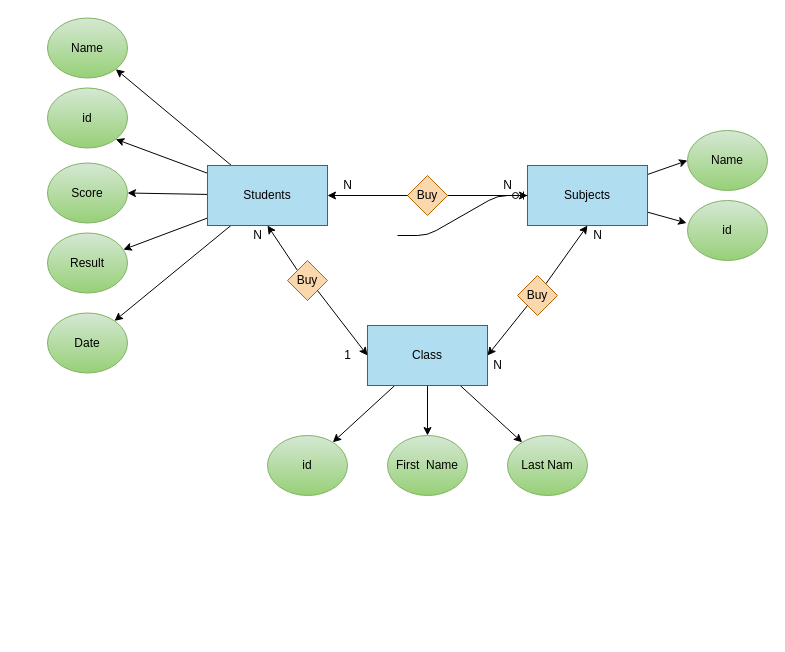
Earlier version of the draw.io diagram PHP/draw.drawio (Hnamsouth/Webpractice.github.io). Source tidied: cells renumbered, new cells numbered last; positions are measured from the earlier drawing's top-left corner, leaving out a move shared by most shapes. Both pictures are drawn from the tidied source at 100%, with x=0, y=0 at pixel (47, 17).
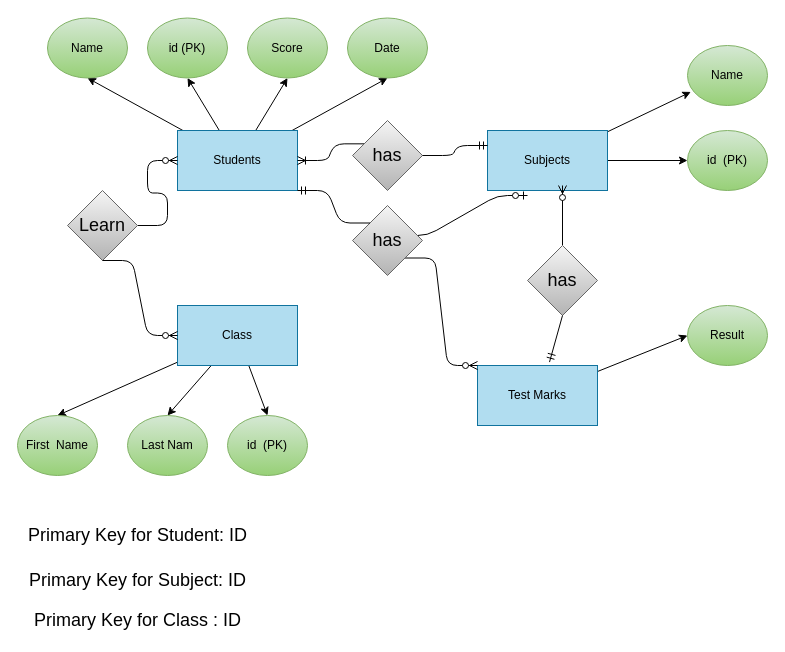
After the change.

Unchanged cells that the change refers to:
```xml
<mxCell id="16" value="&lt;font color=&quot;#030303&quot;&gt;Name&lt;/font&gt;" style="ellipse;whiteSpace=wrap;html=1;strokeWidth=1;fillColor=#d5e8d4;gradientColor=#97d077;strokeColor=#82b366;" parent="1" vertex="1">
  <mxGeometry y="0.5" width="80" height="60" as="geometry" />
</mxCell>
```

The edit, as a diff of the source:
```diff
@@
+    <mxCell id="4" style="edgeStyle=none;html=1;entryX=0.5;entryY=1;entryDx=0;entryDy=0;fontSize=18;fontColor=#000000;strokeColor=#030303;strokeWidth=1;" parent="1" edge="1" source="7" target="16">
+      <mxGeometry relative="1" as="geometry" />
+    </mxCell>
+    <mxCell id="3" style="edgeStyle=none;html=1;entryX=0.5;entryY=1;entryDx=0;entryDy=0;fontSize=18;fontColor=#000000;strokeColor=#030303;strokeWidth=1;" parent="1" edge="1" source="7" target="17">
+      <mxGeometry relative="1" as="geometry" />
+    </mxCell>
-    <mxCell id="2" style="edgeStyle=none;html=1;entryX=1;entryY=0.5;entryDx=0;entryDy=0;fontColor=#000000;strokeColor=#030303;strokeWidth=1;" parent="1" edge="1" source="7" target="23">
+    <mxCell id="2" style="edgeStyle=none;html=1;entryX=0.5;entryY=1;entryDx=0;entryDy=0;fontSize=18;fontColor=#000000;strokeColor=#030303;strokeWidth=1;" parent="1" edge="1" source="7" target="23">
       <mxGeometry relative="1" as="geometry" />
     </mxCell>
-    <mxCell id="3" style="edgeStyle=none;html=1;entryX=1;entryY=1;entryDx=0;entryDy=0;fontColor=#000000;strokeColor=#030303;strokeWidth=1;" parent="1" edge="1" source="7" target="17">
-      <mxGeometry relative="1" as="geometry" />
-    </mxCell>
-    <mxCell id="4" style="edgeStyle=none;html=1;entryX=1;entryY=1;entryDx=0;entryDy=0;fontColor=#000000;strokeColor=#030303;strokeWidth=1;" parent="1" edge="1" source="7" target="16">
-      <mxGeometry relative="1" as="geometry" />
-    </mxCell>
-    <mxCell id="5" style="edgeStyle=none;html=1;fontColor=#000000;strokeColor=#030303;strokeWidth=1;" parent="1" edge="1" source="7" target="39">
-      <mxGeometry relative="1" as="geometry" />
-    </mxCell>
-    <mxCell id="6" style="edgeStyle=none;html=1;fontColor=#000000;strokeColor=#030303;strokeWidth=1;" parent="1" edge="1" source="7" target="40">
+    <mxCell id="6" style="edgeStyle=none;html=1;fontSize=18;fontColor=#000000;strokeColor=#030303;strokeWidth=1;entryX=0.5;entryY=1;entryDx=0;entryDy=0;" parent="1" edge="1" source="7" target="40">
       <mxGeometry relative="1" as="geometry" />
     </mxCell>
     <mxCell id="7" value="Students" style="rounded=0;whiteSpace=wrap;html=1;fillColor=#b1ddf0;strokeColor=#10739e;strokeWidth=1;fontColor=#000000;" parent="1" vertex="1">
-      <mxGeometry x="160" y="148" width="120" height="60" as="geometry" />
+      <mxGeometry x="130" y="113" width="120" height="60" as="geometry" />
     </mxCell>
-    <mxCell id="8" style="edgeStyle=none;html=1;entryX=0;entryY=0.5;entryDx=0;entryDy=0;fontColor=#000000;strokeColor=#030303;strokeWidth=1;" parent="1" edge="1" source="10" target="21">
+    <mxCell id="8" style="edgeStyle=none;html=1;entryX=0.041;entryY=0.774;entryDx=0;entryDy=0;entryPerimeter=0;fontSize=18;fontColor=#030303;strokeColor=#030303;strokeWidth=1;" parent="1" edge="1" source="10" target="21">
       <mxGeometry relative="1" as="geometry" />
     </mxCell>
-    <mxCell id="9" style="edgeStyle=none;html=1;entryX=-0.011;entryY=0.375;entryDx=0;entryDy=0;entryPerimeter=0;fontColor=#000000;strokeColor=#030303;strokeWidth=1;" parent="1" edge="1" source="10" target="22">
+    <mxCell id="9" style="edgeStyle=none;html=1;entryX=0;entryY=0.5;entryDx=0;entryDy=0;fontSize=18;fontColor=#030303;strokeColor=#030303;strokeWidth=1;" parent="1" edge="1" source="10" target="22">
       <mxGeometry relative="1" as="geometry" />
     </mxCell>
     <mxCell id="10" value="Subjects" style="rounded=0;whiteSpace=wrap;html=1;strokeWidth=1;fillColor=#b1ddf0;strokeColor=#10739e;fontColor=#000000;" parent="1" vertex="1">
-      <mxGeometry x="480" y="148" width="120" height="60" as="geometry" />
+      <mxGeometry x="440" y="113" width="120" height="60" as="geometry" />
     </mxCell>
-    <mxCell id="11" style="edgeStyle=none;html=1;fontColor=#000000;strokeColor=#030303;strokeWidth=1;" parent="1" edge="1" source="14" target="20">
+    <mxCell id="11" style="edgeStyle=none;html=1;entryX=0.5;entryY=0;entryDx=0;entryDy=0;fontSize=18;fontColor=#000000;strokeColor=#030303;strokeWidth=1;" parent="1" edge="1" source="14" target="20">
       <mxGeometry relative="1" as="geometry" />
     </mxCell>
-    <mxCell id="12" style="edgeStyle=none;html=1;entryX=0.5;entryY=0;entryDx=0;entryDy=0;fontColor=#000000;strokeColor=#030303;strokeWidth=1;" parent="1" edge="1" source="14" target="19">
+    <mxCell id="12" style="edgeStyle=none;html=1;entryX=0.5;entryY=0;entryDx=0;entryDy=0;fontSize=18;fontColor=#000000;strokeColor=#030303;strokeWidth=1;" parent="1" edge="1" source="14" target="19">
       <mxGeometry relative="1" as="geometry" />
     </mxCell>
-    <mxCell id="13" style="edgeStyle=none;html=1;fontColor=#000000;strokeColor=#030303;strokeWidth=1;" parent="1" edge="1" source="14" target="18">
+    <mxCell id="13" style="edgeStyle=none;html=1;entryX=0.5;entryY=0;entryDx=0;entryDy=0;fontSize=18;fontColor=#000000;strokeColor=#030303;strokeWidth=1;" parent="1" edge="1" source="14" target="18">
       <mxGeometry relative="1" as="geometry" />
     </mxCell>
     <mxCell id="14" value="Class" style="rounded=0;whiteSpace=wrap;html=1;strokeWidth=1;fillColor=#b1ddf0;strokeColor=#10739e;fontColor=#000000;" parent="1" vertex="1">
-      <mxGeometry x="320" y="308" width="120" height="60" as="geometry" />
+      <mxGeometry x="130" y="288" width="120" height="60" as="geometry" />
     </mxCell>
@@
-    <mxCell id="17" value="&lt;font color=&quot;#000000&quot;&gt;id&lt;/font&gt;" style="ellipse;whiteSpace=wrap;html=1;strokeWidth=1;fillColor=#d5e8d4;gradientColor=#97d077;strokeColor=#82b366;" parent="1" vertex="1">
-      <mxGeometry y="70.5" width="80" height="60" as="geometry" />
+    <mxCell id="17" value="&lt;font color=&quot;#000000&quot;&gt;id (PK)&lt;/font&gt;" style="ellipse;whiteSpace=wrap;html=1;strokeWidth=1;fillColor=#d5e8d4;gradientColor=#97d077;strokeColor=#82b366;" parent="1" vertex="1">
+      <mxGeometry x="100" y="0.5" width="80" height="60" as="geometry" />
     </mxCell>
     <mxCell id="18" value="&lt;font color=&quot;#000000&quot;&gt;Last Nam&lt;/font&gt;" style="ellipse;whiteSpace=wrap;html=1;strokeWidth=1;fillColor=#d5e8d4;gradientColor=#97d077;strokeColor=#82b366;" parent="1" vertex="1">
-      <mxGeometry x="460" y="418" width="80" height="60" as="geometry" />
+      <mxGeometry x="80" y="398" width="80" height="60" as="geometry" />
     </mxCell>
     <mxCell id="19" value="&lt;font color=&quot;#030303&quot;&gt;First&amp;nbsp; Name&lt;/font&gt;" style="ellipse;whiteSpace=wrap;html=1;strokeWidth=1;fillColor=#d5e8d4;gradientColor=#97d077;strokeColor=#82b366;" parent="1" vertex="1">
-      <mxGeometry x="340" y="418" width="80" height="60" as="geometry" />
+      <mxGeometry x="-30" y="398" width="80" height="60" as="geometry" />
     </mxCell>
-    <mxCell id="20" value="&lt;font color=&quot;#000000&quot;&gt;id&lt;/font&gt;" style="ellipse;whiteSpace=wrap;html=1;strokeWidth=1;fillColor=#d5e8d4;gradientColor=#97d077;strokeColor=#82b366;" parent="1" vertex="1">
-      <mxGeometry x="220" y="418" width="80" height="60" as="geometry" />
+    <mxCell id="20" value="&lt;font color=&quot;#000000&quot;&gt;id&amp;nbsp;&lt;/font&gt;&lt;span style=&quot;color: rgb(0 , 0 , 0)&quot;&gt;&amp;nbsp;(PK)&lt;/span&gt;" style="ellipse;whiteSpace=wrap;html=1;strokeWidth=1;fillColor=#d5e8d4;gradientColor=#97d077;strokeColor=#82b366;" parent="1" vertex="1">
+      <mxGeometry x="180" y="398" width="80" height="60" as="geometry" />
     </mxCell>
     <mxCell id="21" value="&lt;font color=&quot;#030303&quot;&gt;Name&lt;/font&gt;" style="ellipse;whiteSpace=wrap;html=1;strokeWidth=1;fillColor=#d5e8d4;gradientColor=#97d077;strokeColor=#82b366;" parent="1" vertex="1">
-      <mxGeometry x="640" y="113" width="80" height="60" as="geometry" />
+      <mxGeometry x="640" y="28" width="80" height="60" as="geometry" />
     </mxCell>
-    <mxCell id="22" value="&lt;font color=&quot;#000000&quot;&gt;id&lt;/font&gt;" style="ellipse;whiteSpace=wrap;html=1;strokeWidth=1;fillColor=#d5e8d4;gradientColor=#97d077;strokeColor=#82b366;" parent="1" vertex="1">
-      <mxGeometry x="640" y="183" width="80" height="60" as="geometry" />
+    <mxCell id="22" value="&lt;font color=&quot;#000000&quot;&gt;id&amp;nbsp;&lt;/font&gt;&lt;span style=&quot;color: rgb(0 , 0 , 0)&quot;&gt;&amp;nbsp;(PK)&lt;/span&gt;" style="ellipse;whiteSpace=wrap;html=1;strokeWidth=1;fillColor=#d5e8d4;gradientColor=#97d077;strokeColor=#82b366;" parent="1" vertex="1">
+      <mxGeometry x="640" y="113" width="80" height="60" as="geometry" />
     </mxCell>
     <mxCell id="23" value="&lt;font color=&quot;#000000&quot;&gt;Score&lt;/font&gt;" style="ellipse;whiteSpace=wrap;html=1;strokeWidth=1;fillColor=#d5e8d4;gradientColor=#97d077;strokeColor=#82b366;" parent="1" vertex="1">
-      <mxGeometry y="145.5" width="80" height="60" as="geometry" />
+      <mxGeometry x="200" y="0.5" width="80" height="60" as="geometry" />
     </mxCell>
-    <mxCell id="24" style="endArrow=classic;startArrow=none;html=1;fontColor=#000000;strokeColor=#030303;strokeWidth=1;exitX=0;exitY=0;exitDx=0;exitDy=0;entryX=0.5;entryY=1;entryDx=0;entryDy=0;" parent="1" edge="1" source="25" target="7">
-      <mxGeometry relative="1" as="geometry" />
-    </mxCell>
-    <mxCell id="25" value="&lt;font color=&quot;#030303&quot;&gt;Buy&lt;/font&gt;" style="rhombus;whiteSpace=wrap;html=1;strokeWidth=1;fillColor=#fad7ac;strokeColor=#b46504;" parent="1" vertex="1">
-      <mxGeometry x="240" y="243" width="40" height="40" as="geometry" />
-    </mxCell>
-    <mxCell id="26" style="endArrow=none;startArrow=classic;html=1;fontColor=#000000;strokeColor=#030303;strokeWidth=1;exitX=0;exitY=0.5;exitDx=0;exitDy=0;entryX=1;entryY=1;entryDx=0;entryDy=0;" parent="1" edge="1" source="14" target="25">
-      <mxGeometry relative="1" as="geometry" />
-    </mxCell>
-    <mxCell id="27" style="endArrow=classic;startArrow=none;html=1;fontColor=#000000;strokeColor=#030303;strokeWidth=1;exitX=1;exitY=0.5;exitDx=0;exitDy=0;" parent="1" edge="1" source="28">
-      <mxGeometry relative="1" as="geometry">
-        <mxPoint x="480" y="178" as="targetPoint" />
-      </mxGeometry>
-    </mxCell>
-    <mxCell id="28" value="&lt;font color=&quot;#030303&quot;&gt;Buy&lt;/font&gt;" style="rhombus;whiteSpace=wrap;html=1;strokeWidth=1;fillColor=#fad7ac;strokeColor=#b46504;" parent="1" vertex="1">
-      <mxGeometry x="360" y="158" width="40" height="40" as="geometry" />
-    </mxCell>
-    <mxCell id="29" style="endArrow=none;startArrow=classic;html=1;fontColor=#000000;strokeColor=#030303;strokeWidth=1;exitX=1;exitY=0.5;exitDx=0;exitDy=0;" parent="1" edge="1" source="7" target="28">
-      <mxGeometry relative="1" as="geometry" />
-    </mxCell>
-    <mxCell id="30" style="endArrow=classic;startArrow=none;html=1;fontColor=#000000;strokeColor=#030303;strokeWidth=1;entryX=0.5;entryY=1;entryDx=0;entryDy=0;" parent="1" edge="1" source="31" target="10">
-      <mxGeometry relative="1" as="geometry" />
-    </mxCell>
-    <mxCell id="31" value="&lt;font color=&quot;#030303&quot;&gt;Buy&lt;/font&gt;" style="rhombus;whiteSpace=wrap;html=1;strokeWidth=1;fillColor=#fad7ac;strokeColor=#b46504;" parent="1" vertex="1">
-      <mxGeometry x="470" y="258" width="40" height="40" as="geometry" />
-    </mxCell>
-    <mxCell id="32" style="endArrow=none;startArrow=classic;html=1;fontColor=#000000;strokeColor=#030303;strokeWidth=1;entryX=0;entryY=1;entryDx=0;entryDy=0;" parent="1" edge="1" target="31">
-      <mxGeometry relative="1" as="geometry">
-        <mxPoint x="440" y="338" as="sourcePoint" />
-      </mxGeometry>
-    </mxCell>
-    <mxCell id="33" value="1&lt;br&gt;" style="text;html=1;align=center;verticalAlign=middle;strokeColor=none;fillColor=none;fontColor=#000000;" parent="1" vertex="1">
-      <mxGeometry x="290" y="328" width="20" height="20" as="geometry" />
-    </mxCell>
-    <mxCell id="34" value="N&lt;br&gt;" style="text;html=1;align=center;verticalAlign=middle;strokeColor=none;fillColor=none;fontColor=#000000;" parent="1" vertex="1">
-      <mxGeometry x="200" y="208" width="20" height="20" as="geometry" />
-    </mxCell>
-    <mxCell id="35" value="N&lt;br&gt;" style="text;html=1;align=center;verticalAlign=middle;strokeColor=none;fillColor=none;fontColor=#000000;" parent="1" vertex="1">
-      <mxGeometry x="290" y="158" width="20" height="20" as="geometry" />
-    </mxCell>
-    <mxCell id="36" value="N&lt;br&gt;" style="text;html=1;align=center;verticalAlign=middle;strokeColor=none;fillColor=none;fontColor=#000000;" parent="1" vertex="1">
-      <mxGeometry x="450" y="158" width="20" height="20" as="geometry" />
-    </mxCell>
-    <mxCell id="37" value="N&lt;br&gt;" style="text;html=1;align=center;verticalAlign=middle;strokeColor=none;fillColor=none;fontColor=#000000;" parent="1" vertex="1">
-      <mxGeometry x="540" y="208" width="20" height="20" as="geometry" />
-    </mxCell>
-    <mxCell id="38" value="N&lt;br&gt;" style="text;html=1;align=center;verticalAlign=middle;strokeColor=none;fillColor=none;fontColor=#000000;" parent="1" vertex="1">
-      <mxGeometry x="440" y="338" width="20" height="20" as="geometry" />
-    </mxCell>
     <mxCell id="39" value="&lt;font color=&quot;#000000&quot;&gt;Result&lt;/font&gt;" style="ellipse;whiteSpace=wrap;html=1;strokeWidth=1;fillColor=#d5e8d4;gradientColor=#97d077;strokeColor=#82b366;" parent="1" vertex="1">
-      <mxGeometry y="215.5" width="80" height="60" as="geometry" />
+      <mxGeometry x="640" y="288" width="80" height="60" as="geometry" />
     </mxCell>
     <mxCell id="40" value="&lt;font color=&quot;#000000&quot;&gt;Date&lt;/font&gt;" style="ellipse;whiteSpace=wrap;html=1;strokeWidth=1;fillColor=#d5e8d4;gradientColor=#97d077;strokeColor=#82b366;" parent="1" vertex="1">
-      <mxGeometry y="295.5" width="80" height="60" as="geometry" />
+      <mxGeometry x="300" y="0.5" width="80" height="60" as="geometry" />
     </mxCell>
+    <mxCell id="41" value="Primary Key for Student: ID" style="text;html=1;align=center;verticalAlign=middle;strokeColor=none;fillColor=none;fontColor=#000000;fontSize=18;" parent="1" vertex="1">
+      <mxGeometry x="-25" y="503" width="230" height="30" as="geometry" />
+    </mxCell>
+    <mxCell id="42" value="Primary Key for Subject: ID" style="text;html=1;align=center;verticalAlign=middle;strokeColor=none;fillColor=none;fontColor=#000000;fontSize=18;" parent="1" vertex="1">
+      <mxGeometry x="-25" y="548" width="230" height="30" as="geometry" />
+    </mxCell>
+    <mxCell id="43" value="Primary Key for Class : ID" style="text;html=1;align=center;verticalAlign=middle;strokeColor=none;fillColor=none;fontColor=#000000;fontSize=18;" parent="1" vertex="1">
+      <mxGeometry x="-20" y="588" width="220" height="30" as="geometry" />
+    </mxCell>
+    <mxCell id="44" style="edgeStyle=none;html=1;entryX=0;entryY=0.5;entryDx=0;entryDy=0;fontSize=18;fontColor=#030303;strokeColor=#030303;strokeWidth=1;" parent="1" edge="1" source="45" target="39">
+      <mxGeometry relative="1" as="geometry" />
+    </mxCell>
+    <mxCell id="45" value="Test Marks" style="rounded=0;whiteSpace=wrap;html=1;strokeWidth=1;fillColor=#b1ddf0;strokeColor=#10739e;fontColor=#000000;" parent="1" vertex="1">
+      <mxGeometry x="430" y="348" width="120" height="60" as="geometry" />
+    </mxCell>
+    <mxCell id="46" style="edgeStyle=entityRelationEdgeStyle;fontSize=12;html=1;endArrow=ERzeroToMany;startArrow=none;fontColor=#000000;strokeColor=#030303;strokeWidth=1;exitX=1;exitY=1;exitDx=0;exitDy=0;entryX=0;entryY=0;entryDx=0;entryDy=0;" parent="1" edge="1" source="51" target="45">
+      <mxGeometry relative="1" as="geometry" />
+    </mxCell>
+    <mxCell id="47" style="edgeStyle=entityRelationEdgeStyle;fontSize=12;html=1;endArrow=ERoneToMany;startArrow=none;fontColor=#000000;strokeColor=#030303;strokeWidth=1;entryX=1;entryY=0.5;entryDx=0;entryDy=0;exitX=0;exitY=0.25;exitDx=0;exitDy=0;" parent="1" edge="1" source="53" target="7">
+      <mxGeometry relative="1" as="geometry" />
+    </mxCell>
+    <mxCell id="48" style="edgeStyle=entityRelationEdgeStyle;fontSize=12;html=1;endArrow=ERzeroToMany;endFill=1;fontColor=#000000;strokeColor=#030303;strokeWidth=1;entryX=0;entryY=0.5;entryDx=0;entryDy=0;" parent="1" edge="1" target="7">
+      <mxGeometry relative="1" as="geometry">
+        <mxPoint x="90" y="208" as="sourcePoint" />
+      </mxGeometry>
+    </mxCell>
+    <mxCell id="49" value="Learn" style="rhombus;whiteSpace=wrap;html=1;fontSize=18;strokeWidth=1;fillColor=#f5f5f5;gradientColor=#b3b3b3;strokeColor=#666666;fontColor=#030303;" parent="1" vertex="1">
+      <mxGeometry x="20" y="173" width="70" height="70" as="geometry" />
+    </mxCell>
+    <mxCell id="50" style="edgeStyle=entityRelationEdgeStyle;fontSize=12;html=1;endArrow=ERzeroToMany;endFill=1;fontColor=#000000;strokeColor=#030303;strokeWidth=1;entryX=0;entryY=0.5;entryDx=0;entryDy=0;exitX=0.5;exitY=1;exitDx=0;exitDy=0;" parent="1" edge="1" source="49" target="14">
+      <mxGeometry relative="1" as="geometry" />
+    </mxCell>
+    <mxCell id="51" value="has" style="rhombus;whiteSpace=wrap;html=1;fontSize=18;strokeWidth=1;fillColor=#f5f5f5;gradientColor=#b3b3b3;strokeColor=#666666;fontColor=#030303;" parent="1" vertex="1">
+      <mxGeometry x="305" y="188" width="70" height="70" as="geometry" />
+    </mxCell>
+    <mxCell id="52" style="edgeStyle=entityRelationEdgeStyle;fontSize=12;html=1;endArrow=none;startArrow=ERmandOne;fontColor=#000000;strokeColor=#030303;strokeWidth=1;exitX=1;exitY=1;exitDx=0;exitDy=0;entryX=0;entryY=0;entryDx=0;entryDy=0;" parent="1" edge="1" source="7" target="51">
+      <mxGeometry relative="1" as="geometry" />
+    </mxCell>
+    <mxCell id="53" value="has" style="rhombus;whiteSpace=wrap;html=1;fontSize=18;strokeWidth=1;fillColor=#f5f5f5;gradientColor=#b3b3b3;strokeColor=#666666;fontColor=#030303;" parent="1" vertex="1">
+      <mxGeometry x="305" y="103" width="70" height="70" as="geometry" />
+    </mxCell>
+    <mxCell id="54" style="edgeStyle=entityRelationEdgeStyle;fontSize=12;html=1;endArrow=none;startArrow=ERmandOne;fontColor=#000000;strokeColor=#030303;strokeWidth=1;entryX=1;entryY=0.5;entryDx=0;entryDy=0;exitX=0;exitY=0.25;exitDx=0;exitDy=0;" parent="1" edge="1" source="10" target="53">
+      <mxGeometry relative="1" as="geometry" />
+    </mxCell>
+    <mxCell id="55" style="fontSize=12;html=1;endArrow=ERzeroToMany;startArrow=none;fontColor=#000000;strokeColor=#030303;strokeWidth=1;exitX=0.5;exitY=0;exitDx=0;exitDy=0;" parent="1" edge="1" source="56">
+      <mxGeometry relative="1" as="geometry">
+        <mxPoint x="515" y="168" as="targetPoint" />
+      </mxGeometry>
+    </mxCell>
+    <mxCell id="56" value="has" style="rhombus;whiteSpace=wrap;html=1;fontSize=18;strokeWidth=1;fillColor=#f5f5f5;gradientColor=#b3b3b3;strokeColor=#666666;fontColor=#030303;" parent="1" vertex="1">
+      <mxGeometry x="480" y="228" width="70" height="70" as="geometry" />
+    </mxCell>
+    <mxCell id="57" style="fontSize=12;html=1;endArrow=none;startArrow=ERmandOne;fontColor=#000000;strokeColor=#030303;strokeWidth=1;exitX=0.6;exitY=-0.057;exitDx=0;exitDy=0;entryX=0.5;entryY=1;entryDx=0;entryDy=0;exitPerimeter=0;" parent="1" edge="1" source="45" target="56">
+      <mxGeometry relative="1" as="geometry" />
+    </mxCell>
```
